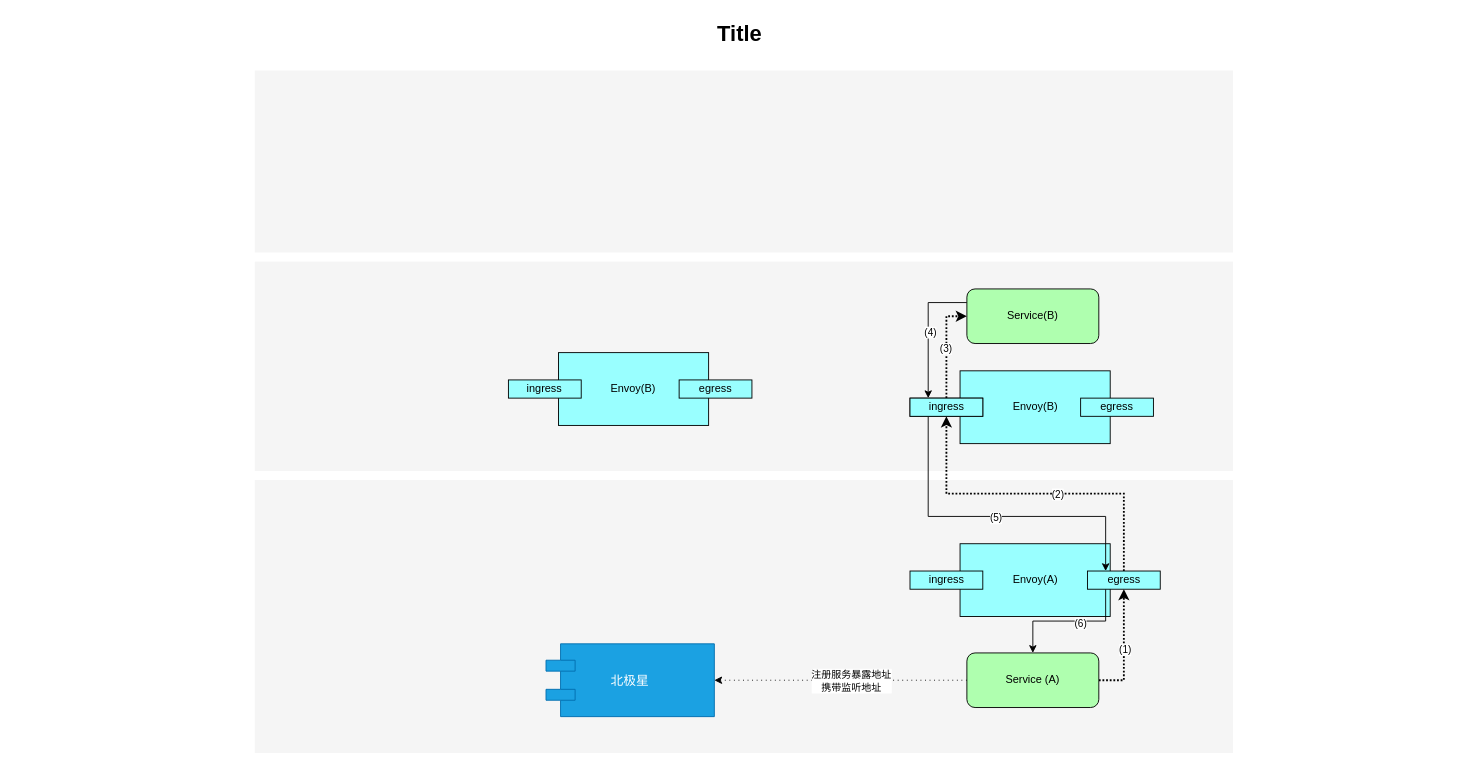
Above: Untitled Diagram.drawio in xinguai/awsohorse (draw.io), before the change. Source tidied: cells renumbered, new cells numbered last; positions are measured from the earlier drawing's top-left corner, leaving out a move shared by most shapes. Both pictures are drawn from the tidied source at 91%, with x=0, y=0 at pixel (15, 15).
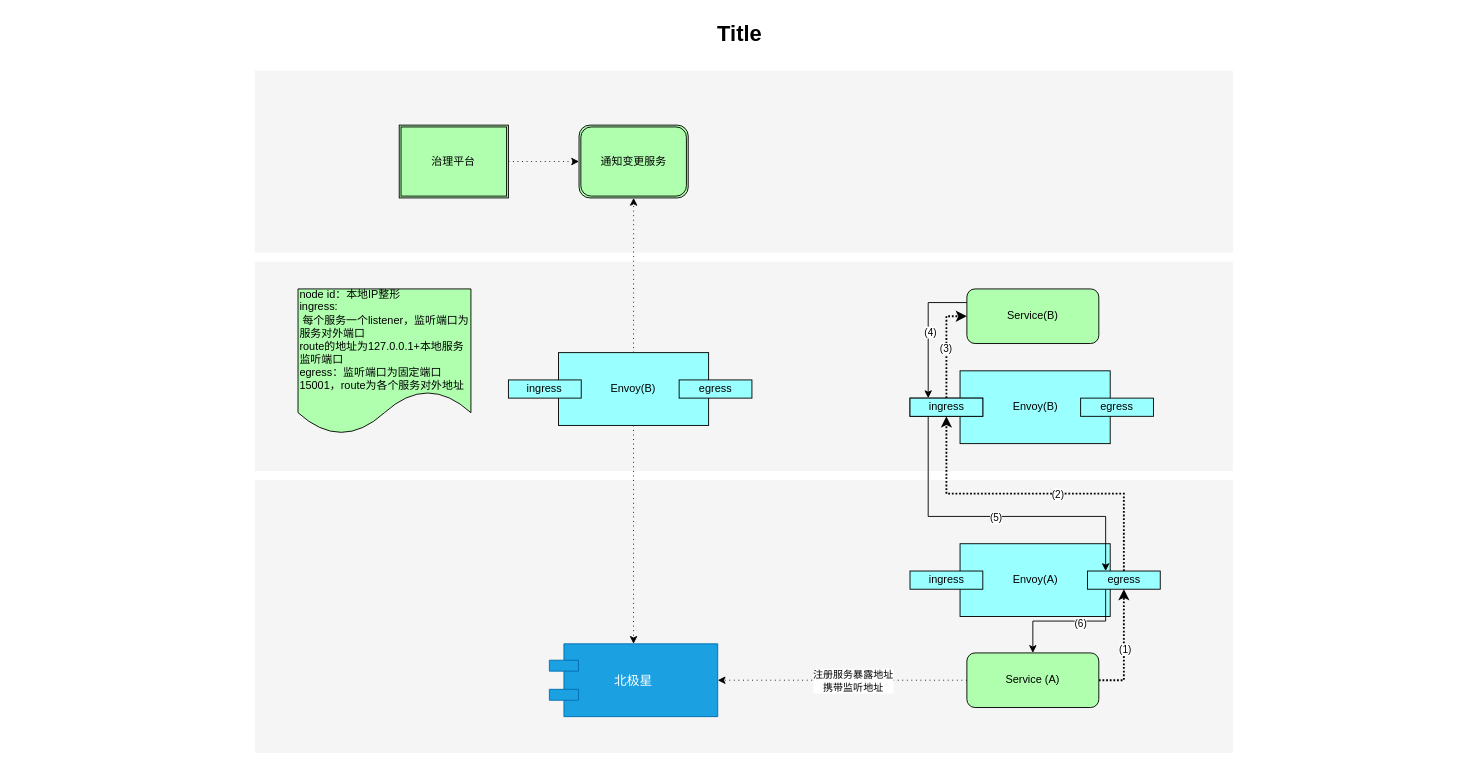
After the change.

Unchanged cells that the change refers to:
```xml
<mxCell id="30" value="Envoy(B)" style="rounded=0;whiteSpace=wrap;html=1;fillColor=#99FFFF;" parent="1" vertex="1">
  <mxGeometry x="596.2" y="370" width="165" height="80" as="geometry" />
</mxCell>
```

Diff of the diagram source:
```diff
@@
     <mxCell id="5" value="北极星" style="shape=component;align=center;fillColor=#1ba1e2;fontSize=14;strokeColor=#006EAF;fontColor=#ffffff;" parent="1" vertex="1">
-      <mxGeometry x="582.5" y="690" width="185" height="80" as="geometry" />
+      <mxGeometry x="586.2" y="690" width="185" height="80" as="geometry" />
     </mxCell>
@@
+    <mxCell id="33" style="edgeStyle=none;rounded=0;jettySize=auto;html=1;exitX=0.5;exitY=0;exitDx=0;exitDy=0;dashed=1;dashPattern=1 4;strokeColor=#000000;strokeWidth=1;" parent="1" edge="1" source="30" target="37">
+      <mxGeometry relative="1" as="geometry" />
+    </mxCell>
+    <mxCell id="34" style="edgeStyle=orthogonalEdgeStyle;rounded=0;jettySize=auto;html=1;exitX=0.5;exitY=1;exitDx=0;exitDy=0;dashed=1;dashPattern=1 4;strokeColor=#000000;strokeWidth=1;" parent="1" edge="1" source="30" target="5">
+      <mxGeometry relative="1" as="geometry" />
+    </mxCell>
@@
+    <mxCell id="35" style="edgeStyle=none;rounded=0;jettySize=auto;html=1;exitX=1;exitY=0.5;exitDx=0;exitDy=0;dashed=1;dashPattern=1 4;strokeColor=#000000;strokeWidth=1;" parent="1" edge="1" source="36" target="37">
+      <mxGeometry relative="1" as="geometry" />
+    </mxCell>
+    <mxCell id="36" value="治理平台" style="shape=ext;double=1;rounded=0;whiteSpace=wrap;html=1;fillColor=#AFFFAF;" parent="1" vertex="1">
+      <mxGeometry x="421.2" y="120" width="120" height="80" as="geometry" />
+    </mxCell>
+    <mxCell id="37" value="通知变更服务" style="shape=ext;double=1;rounded=1;whiteSpace=wrap;html=1;fillColor=#AFFFAF;" parent="1" vertex="1">
+      <mxGeometry x="618.8" y="120" width="120" height="80" as="geometry" />
+    </mxCell>
+    <mxCell id="38" value="node id：本地IP整形&lt;br&gt;ingress:&lt;br&gt;&amp;nbsp;每个服务一个listener，监听端口为服务对外端口&lt;br&gt;route的地址为127.0.0.1+本地服务监听端口&lt;br&gt;egress：监听端口为固定端口15001，route为各个服务对外地址" style="shape=document;whiteSpace=wrap;html=1;boundedLbl=1;fillColor=#AFFFAF;align=left;" parent="1" vertex="1">
+      <mxGeometry x="310" y="300" width="190" height="160" as="geometry" />
+    </mxCell>
```
